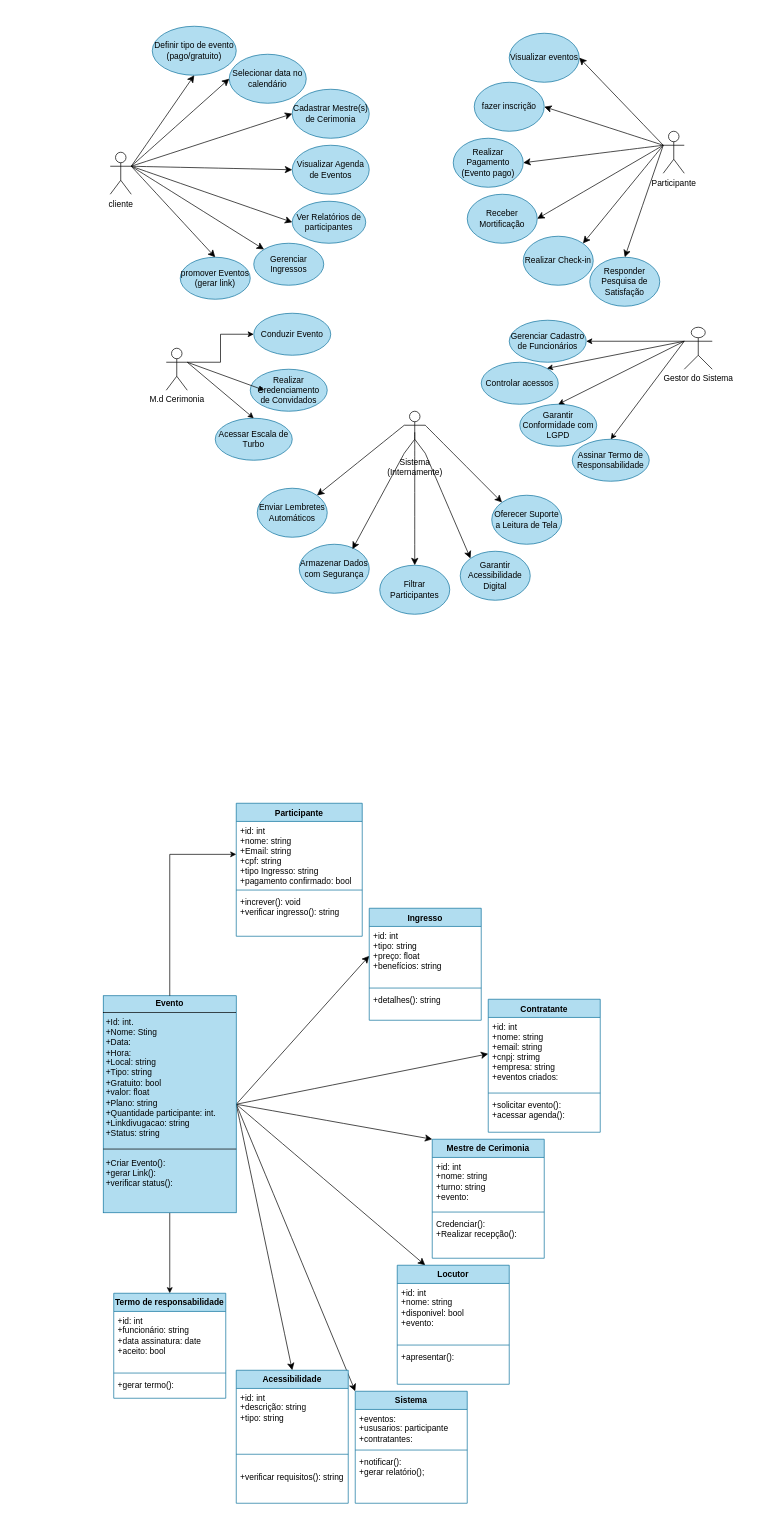
Before: diagramaderequisitos.drawio in jkkauany/diagramaderequisitos, a draw.io diagram. Source tidied: cells renumbered, new cells numbered last; positions are measured from the earlier drawing's top-left corner, leaving out a move shared by most shapes. Both pictures are drawn from the tidied source at 70%, with x=0, y=0 at pixel (103, 26).
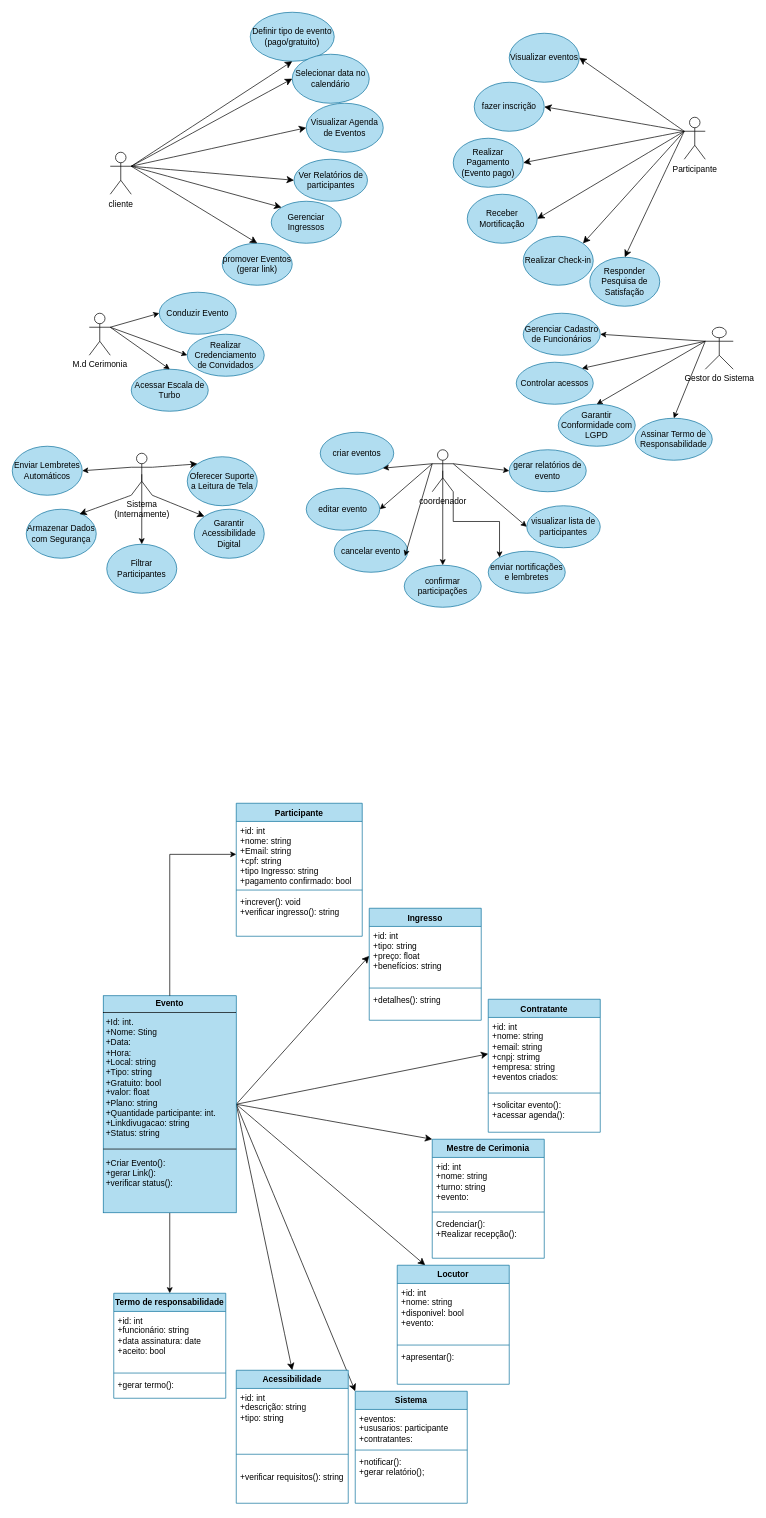
The same page after the edit.

Unchanged cells that the change refers to:
```xml
<mxCell id="2" value="cliente" style="shape=umlActor;verticalLabelPosition=bottom;verticalAlign=top;html=1;outlineConnect=0;" parent="1" vertex="1">
  <mxGeometry x="10" y="180" width="30" height="60" as="geometry" />
</mxCell>
```

Change to the diagram source:
```diff
@@
     <mxCell id="3" value="Definir tipo de evento&lt;div&gt;(pago/gratuito)&lt;/div&gt;" style="ellipse;whiteSpace=wrap;html=1;fillColor=#b1ddf0;strokeColor=#10739e;" parent="1" vertex="1">
-      <mxGeometry x="70" width="120" height="70" as="geometry" />
+      <mxGeometry x="210" y="-20" width="120" height="70" as="geometry" />
     </mxCell>
     <mxCell id="4" value="Selecionar data no&lt;div&gt;calendário&lt;/div&gt;" style="ellipse;whiteSpace=wrap;html=1;fillColor=#b1ddf0;strokeColor=#10739e;" parent="1" vertex="1">
-      <mxGeometry x="180" y="40" width="110" height="70" as="geometry" />
+      <mxGeometry x="270" y="40" width="110" height="70" as="geometry" />
     </mxCell>
-    <mxCell id="5" value="Cadastrar Mestre(s) de Cerimonia" style="ellipse;whiteSpace=wrap;html=1;fillColor=#b1ddf0;strokeColor=#10739e;" parent="1" vertex="1">
-      <mxGeometry x="270" y="90" width="110" height="70" as="geometry" />
-    </mxCell>
     <mxCell id="6" value="Ver Relatórios de participantes" style="ellipse;whiteSpace=wrap;html=1;fillColor=#b1ddf0;strokeColor=#10739e;" parent="1" vertex="1">
-      <mxGeometry x="270" y="250" width="105" height="60" as="geometry" />
+      <mxGeometry x="272.5" y="190" width="105" height="60" as="geometry" />
     </mxCell>
     <mxCell id="7" value="Visualizar Agenda de Eventos" style="ellipse;whiteSpace=wrap;html=1;fillColor=#b1ddf0;strokeColor=#10739e;" parent="1" vertex="1">
-      <mxGeometry x="270" y="170" width="110" height="70" as="geometry" />
+      <mxGeometry x="290" y="110" width="110" height="70" as="geometry" />
     </mxCell>
     <mxCell id="8" value="Gerenciar Ingressos" style="ellipse;whiteSpace=wrap;html=1;fillColor=#b1ddf0;strokeColor=#10739e;" parent="1" vertex="1">
-      <mxGeometry x="215" y="310" width="100" height="60" as="geometry" />
+      <mxGeometry x="240" y="250" width="100" height="60" as="geometry" />
     </mxCell>
     <mxCell id="9" value="promover Eventos&lt;div&gt;(gerar link)&lt;/div&gt;" style="ellipse;whiteSpace=wrap;html=1;fillColor=#b1ddf0;strokeColor=#10739e;" parent="1" vertex="1">
-      <mxGeometry x="110" y="330" width="100" height="60" as="geometry" />
+      <mxGeometry x="170" y="310" width="100" height="60" as="geometry" />
     </mxCell>
@@
-    <mxCell id="12" style="endArrow=classic;html=1;rounded=0;fontSize=12;startSize=8;endSize=8;curved=1;exitX=1;exitY=0.3333333333333333;exitDx=0;exitDy=0;exitPerimeter=0;entryX=0;entryY=0.5;entryDx=0;entryDy=0;" parent="1" edge="1" source="2" target="5">
-      <mxGeometry relative="1" as="geometry" />
-    </mxCell>
@@
     <mxCell id="17" value="Participante" style="shape=umlActor;verticalLabelPosition=bottom;verticalAlign=top;html=1;outlineConnect=0;" parent="1" vertex="1">
-      <mxGeometry x="800" y="150" width="30" height="60" as="geometry" />
+      <mxGeometry x="830" y="130" width="30" height="60" as="geometry" />
     </mxCell>
@@
-    <mxCell id="31" style="edgeStyle=orthogonalEdgeStyle;rounded=0;jettySize=auto;html=1;exitX=1;exitY=0.3333333333333333;exitDx=0;exitDy=0;exitPerimeter=0;entryX=0;entryY=0.5;entryDx=0;entryDy=0;" parent="1" edge="1" source="32" target="34">
-      <mxGeometry relative="1" as="geometry" />
-    </mxCell>
     <mxCell id="32" value="M.d Cerimonia" style="shape=umlActor;verticalLabelPosition=bottom;verticalAlign=top;html=1;outlineConnect=0;" parent="1" vertex="1">
-      <mxGeometry x="90" y="460" width="30" height="60" as="geometry" />
+      <mxGeometry x="-20" y="410" width="30" height="60" as="geometry" />
     </mxCell>
     <mxCell id="33" value="Acessar Escala de Turbo" style="ellipse;whiteSpace=wrap;html=1;fillColor=#b1ddf0;strokeColor=#10739e;" parent="1" vertex="1">
-      <mxGeometry x="160" y="560" width="110" height="60" as="geometry" />
+      <mxGeometry x="40" y="490" width="110" height="60" as="geometry" />
     </mxCell>
     <mxCell id="34" value="Conduzir Evento" style="ellipse;whiteSpace=wrap;html=1;fillColor=#b1ddf0;strokeColor=#10739e;" parent="1" vertex="1">
-      <mxGeometry x="215" y="410" width="110" height="60" as="geometry" />
+      <mxGeometry x="80" y="380" width="110" height="60" as="geometry" />
     </mxCell>
     <mxCell id="35" value="Realizar Credenciamento&lt;div&gt;de Convidados&lt;/div&gt;" style="ellipse;whiteSpace=wrap;html=1;fillColor=#b1ddf0;strokeColor=#10739e;" parent="1" vertex="1">
-      <mxGeometry x="210" y="490" width="110" height="60" as="geometry" />
+      <mxGeometry x="120" y="440" width="110" height="60" as="geometry" />
     </mxCell>
@@
     <mxCell id="37" value="Gestor do Sistema" style="shape=umlActor;verticalLabelPosition=bottom;verticalAlign=top;html=1;outlineConnect=0;" parent="1" vertex="1">
-      <mxGeometry x="830" y="430" width="40" height="60" as="geometry" />
+      <mxGeometry x="860" y="430" width="40" height="60" as="geometry" />
     </mxCell>
     <mxCell id="38" value="Gerenciar Cadastro&lt;div&gt;de Funcionários&lt;/div&gt;" style="ellipse;whiteSpace=wrap;html=1;fillColor=#b1ddf0;strokeColor=#10739e;" parent="1" vertex="1">
-      <mxGeometry x="580" y="420" width="110" height="60" as="geometry" />
+      <mxGeometry x="600" y="410" width="110" height="60" as="geometry" />
     </mxCell>
     <mxCell id="39" value="Controlar acessos" style="ellipse;whiteSpace=wrap;html=1;fillColor=#b1ddf0;strokeColor=#10739e;" parent="1" vertex="1">
-      <mxGeometry x="540" y="480" width="110" height="60" as="geometry" />
+      <mxGeometry x="590" y="480" width="110" height="60" as="geometry" />
     </mxCell>
     <mxCell id="40" value="Garantir Conformidade com LGPD" style="ellipse;whiteSpace=wrap;html=1;fillColor=#b1ddf0;strokeColor=#10739e;" parent="1" vertex="1">
-      <mxGeometry x="595" y="540" width="110" height="60" as="geometry" />
+      <mxGeometry x="650" y="540" width="110" height="60" as="geometry" />
     </mxCell>
     <mxCell id="41" value="Assinar Termo de Responsabilidade" style="ellipse;whiteSpace=wrap;html=1;fillColor=#b1ddf0;strokeColor=#10739e;" parent="1" vertex="1">
-      <mxGeometry x="670" y="590" width="110" height="60" as="geometry" />
+      <mxGeometry x="760" y="560" width="110" height="60" as="geometry" />
     </mxCell>
-    <mxCell id="42" style="edgeStyle=none;curved=1;rounded=0;jettySize=auto;html=1;exitX=0;exitY=0.3333333333333333;exitDx=0;exitDy=0;exitPerimeter=0;entryX=1;entryY=0;entryDx=0;entryDy=0;fontSize=12;startSize=8;endSize=8;" parent="1" edge="1" source="46" target="47">
-      <mxGeometry relative="1" as="geometry" />
-    </mxCell>
-    <mxCell id="43" style="edgeStyle=none;curved=1;rounded=0;jettySize=auto;html=1;exitX=0.5;exitY=0.5;exitDx=0;exitDy=0;exitPerimeter=0;entryX=0.5;entryY=0;entryDx=0;entryDy=0;fontSize=12;startSize=8;endSize=8;" parent="1" edge="1" source="46" target="50">
-      <mxGeometry relative="1" as="geometry" />
-    </mxCell>
@@
+    <mxCell id="43" style="edgeStyle=orthogonalEdgeStyle;rounded=0;jettySize=auto;html=1;exitX=0.5;exitY=0.5;exitDx=0;exitDy=0;exitPerimeter=0;entryX=0.5;entryY=0;entryDx=0;entryDy=0;" parent="1" edge="1" source="46" target="50">
+      <mxGeometry relative="1" as="geometry" />
+    </mxCell>
     <mxCell id="46" value="Sistema&lt;div&gt;(Internamente)&lt;/div&gt;" style="shape=umlActor;verticalLabelPosition=bottom;verticalAlign=top;html=1;outlineConnect=0;" parent="1" vertex="1">
-      <mxGeometry x="430" y="550" width="30" height="60" as="geometry" />
+      <mxGeometry x="40" y="610" width="30" height="60" as="geometry" />
     </mxCell>
     <mxCell id="47" value="Enviar Lembretes Automáticos" style="ellipse;whiteSpace=wrap;html=1;fillColor=#b1ddf0;strokeColor=#10739e;" parent="1" vertex="1">
-      <mxGeometry x="220" y="660" width="100" height="70" as="geometry" />
+      <mxGeometry x="-130" y="600" width="100" height="70" as="geometry" />
     </mxCell>
     <mxCell id="48" value="Armazenar Dados com Segurança" style="ellipse;whiteSpace=wrap;html=1;fillColor=#b1ddf0;strokeColor=#10739e;" parent="1" vertex="1">
-      <mxGeometry x="280" y="740" width="100" height="70" as="geometry" />
+      <mxGeometry x="-110" y="690" width="100" height="70" as="geometry" />
     </mxCell>
     <mxCell id="49" value="Oferecer Suporte a Leitura de Tela" style="ellipse;whiteSpace=wrap;html=1;fillColor=#b1ddf0;strokeColor=#10739e;" parent="1" vertex="1">
-      <mxGeometry x="555" y="670" width="100" height="70" as="geometry" />
+      <mxGeometry x="120" y="615" width="100" height="70" as="geometry" />
     </mxCell>
     <mxCell id="50" value="Filtrar Participantes" style="ellipse;whiteSpace=wrap;html=1;fillColor=#b1ddf0;strokeColor=#10739e;" parent="1" vertex="1">
-      <mxGeometry x="395" y="770" width="100" height="70" as="geometry" />
+      <mxGeometry x="5" y="740" width="100" height="70" as="geometry" />
     </mxCell>
     <mxCell id="51" value="Garantir Acessibilidade Digital" style="ellipse;whiteSpace=wrap;html=1;fillColor=#b1ddf0;strokeColor=#10739e;" parent="1" vertex="1">
-      <mxGeometry x="510" y="750" width="100" height="70" as="geometry" />
+      <mxGeometry x="130" y="690" width="100" height="70" as="geometry" />
     </mxCell>
@@
-    <mxCell id="94" style="endArrow=classic;html=1;rounded=0;entryX=0.5;entryY=0;entryDx=0;entryDy=0;" parent="1" edge="1" target="33">
-      <mxGeometry relative="1" as="geometry">
-        <mxPoint x="120" y="480" as="sourcePoint" />
-      </mxGeometry>
+    <mxCell id="94" style="endArrow=classic;html=1;rounded=0;entryX=0.5;entryY=0;entryDx=0;entryDy=0;exitX=1;exitY=0.3333333333333333;exitDx=0;exitDy=0;exitPerimeter=0;" parent="1" edge="1" source="32" target="33">
+      <mxGeometry relative="1" as="geometry" />
     </mxCell>
-    <mxCell id="95" style="endArrow=classic;html=1;rounded=0;exitX=1;exitY=0.3333333333333333;exitDx=0;exitDy=0;exitPerimeter=0;" parent="1" edge="1" source="32">
-      <mxGeometry relative="1" as="geometry">
-        <mxPoint x="230" y="520" as="targetPoint" />
-      </mxGeometry>
+    <mxCell id="95" style="endArrow=classic;html=1;rounded=0;exitX=1;exitY=0.3333333333333333;exitDx=0;exitDy=0;exitPerimeter=0;entryX=0;entryY=0.5;entryDx=0;entryDy=0;" parent="1" edge="1" source="32" target="35">
+      <mxGeometry relative="1" as="geometry" />
     </mxCell>
@@
-    <mxCell id="98" style="endArrow=classic;html=1;rounded=0;entryX=0.5;entryY=0;entryDx=0;entryDy=0;" parent="1" edge="1" target="41">
-      <mxGeometry relative="1" as="geometry">
-        <mxPoint x="830" y="450" as="sourcePoint" />
-      </mxGeometry>
+    <mxCell id="98" style="endArrow=classic;html=1;rounded=0;entryX=0.5;entryY=0;entryDx=0;entryDy=0;exitX=0;exitY=0.3333333333333333;exitDx=0;exitDy=0;exitPerimeter=0;" parent="1" edge="1" source="37" target="41">
+      <mxGeometry relative="1" as="geometry" />
     </mxCell>
@@
+    <mxCell id="101" style="edgeStyle=orthogonalEdgeStyle;rounded=0;jettySize=auto;html=1;exitX=0.5;exitY=0.5;exitDx=0;exitDy=0;exitPerimeter=0;entryX=0.5;entryY=0;entryDx=0;entryDy=0;" parent="1" edge="1" source="103" target="108">
+      <mxGeometry relative="1" as="geometry" />
+    </mxCell>
+    <mxCell id="102" style="edgeStyle=orthogonalEdgeStyle;rounded=0;jettySize=auto;html=1;exitX=1;exitY=1;exitDx=0;exitDy=0;exitPerimeter=0;entryX=0;entryY=0;entryDx=0;entryDy=0;" parent="1" edge="1" source="103" target="109">
+      <mxGeometry relative="1" as="geometry" />
+    </mxCell>
+    <mxCell id="103" value="coordenador" style="shape=umlActor;verticalLabelPosition=bottom;verticalAlign=top;html=1;outlineConnect=0;" parent="1" vertex="1">
+      <mxGeometry x="470" y="605" width="30" height="60" as="geometry" />
+    </mxCell>
+    <mxCell id="31" style="endArrow=classic;html=1;rounded=0;exitX=1;exitY=0.3333333333333333;exitDx=0;exitDy=0;exitPerimeter=0;entryX=0;entryY=0.5;entryDx=0;entryDy=0;" parent="1" edge="1" source="32" target="34">
+      <mxGeometry relative="1" as="geometry" />
+    </mxCell>
+    <mxCell id="42" style="endArrow=classic;html=1;rounded=0;exitX=0;exitY=0.3333333333333333;exitDx=0;exitDy=0;exitPerimeter=0;entryX=1;entryY=0.5;entryDx=0;entryDy=0;" parent="1" edge="1" source="46" target="47">
+      <mxGeometry relative="1" as="geometry" />
+    </mxCell>
+    <mxCell id="104" value="criar eventos" style="ellipse;whiteSpace=wrap;html=1;fillColor=#b1ddf0;strokeColor=#10739e;" parent="1" vertex="1">
+      <mxGeometry x="310" y="580" width="105" height="60" as="geometry" />
+    </mxCell>
+    <mxCell id="105" value="editar evento" style="ellipse;whiteSpace=wrap;html=1;fillColor=#b1ddf0;strokeColor=#10739e;" parent="1" vertex="1">
+      <mxGeometry x="290" y="660" width="105" height="60" as="geometry" />
+    </mxCell>
+    <mxCell id="106" value="visualizar lista de participantes" style="ellipse;whiteSpace=wrap;html=1;fillColor=#b1ddf0;strokeColor=#10739e;" parent="1" vertex="1">
+      <mxGeometry x="605" y="685" width="105" height="60" as="geometry" />
+    </mxCell>
+    <mxCell id="107" value="cancelar evento" style="ellipse;whiteSpace=wrap;html=1;fillColor=#b1ddf0;strokeColor=#10739e;" parent="1" vertex="1">
+      <mxGeometry x="330" y="720" width="105" height="60" as="geometry" />
+    </mxCell>
+    <mxCell id="108" value="confirmar participações" style="ellipse;whiteSpace=wrap;html=1;fillColor=#b1ddf0;strokeColor=#10739e;" parent="1" vertex="1">
+      <mxGeometry x="430" y="770" width="110" height="60" as="geometry" />
+    </mxCell>
+    <mxCell id="109" value="enviar nortificações&lt;div&gt;e lembretes&lt;/div&gt;" style="ellipse;whiteSpace=wrap;html=1;fillColor=#b1ddf0;strokeColor=#10739e;" parent="1" vertex="1">
+      <mxGeometry x="550" y="750" width="110" height="60" as="geometry" />
+    </mxCell>
+    <mxCell id="110" value="gerar relatórios de evento" style="ellipse;whiteSpace=wrap;html=1;fillColor=#b1ddf0;strokeColor=#10739e;" parent="1" vertex="1">
+      <mxGeometry x="580" y="605" width="110" height="60" as="geometry" />
+    </mxCell>
+    <mxCell id="111" style="endArrow=classic;html=1;rounded=0;exitX=0;exitY=0.3333333333333333;exitDx=0;exitDy=0;exitPerimeter=0;entryX=1;entryY=1;entryDx=0;entryDy=0;" parent="1" edge="1" source="103" target="104">
+      <mxGeometry relative="1" as="geometry" />
+    </mxCell>
+    <mxCell id="112" style="endArrow=classic;html=1;rounded=0;exitX=0;exitY=0.3333333333333333;exitDx=0;exitDy=0;exitPerimeter=0;entryX=1;entryY=0.5;entryDx=0;entryDy=0;" parent="1" edge="1" source="103" target="105">
+      <mxGeometry relative="1" as="geometry" />
+    </mxCell>
+    <mxCell id="113" style="endArrow=classic;html=1;rounded=0;exitX=0;exitY=0.3333333333333333;exitDx=0;exitDy=0;exitPerimeter=0;entryX=0.962;entryY=0.617;entryDx=0;entryDy=0;entryPerimeter=0;" parent="1" edge="1" source="103" target="107">
+      <mxGeometry relative="1" as="geometry" />
+    </mxCell>
+    <mxCell id="114" style="endArrow=classic;html=1;rounded=0;exitX=1;exitY=0.3333333333333333;exitDx=0;exitDy=0;exitPerimeter=0;entryX=0;entryY=0.5;entryDx=0;entryDy=0;" parent="1" edge="1" source="103" target="110">
+      <mxGeometry relative="1" as="geometry" />
+    </mxCell>
+    <mxCell id="115" style="endArrow=classic;html=1;rounded=0;exitX=1;exitY=0.3333333333333333;exitDx=0;exitDy=0;exitPerimeter=0;entryX=0;entryY=0.5;entryDx=0;entryDy=0;" parent="1" edge="1" source="103" target="106">
+      <mxGeometry relative="1" as="geometry" />
+    </mxCell>
```
